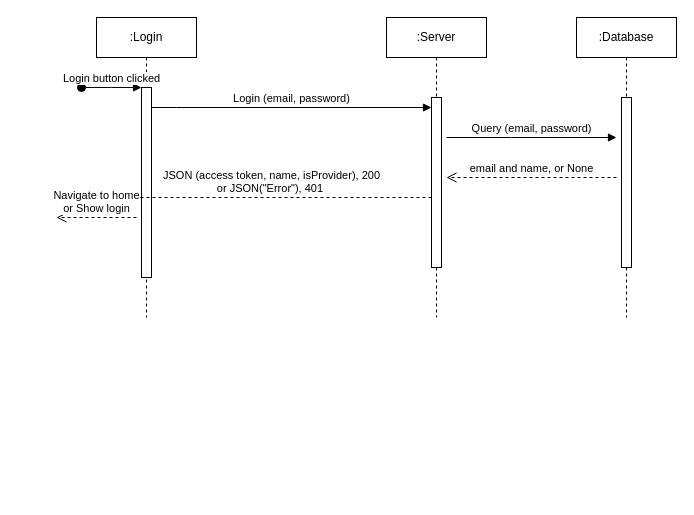
Above: ProfileDiagram.drawio in azukailonzo/azukailonzo (draw.io), before the change. Source tidied: cells renumbered, new cells numbered last; positions are measured from the earlier drawing's top-left corner, leaving out a move shared by most shapes. Both pictures are drawn from the tidied source at 100%, with x=0, y=0 at pixel (56, 17).
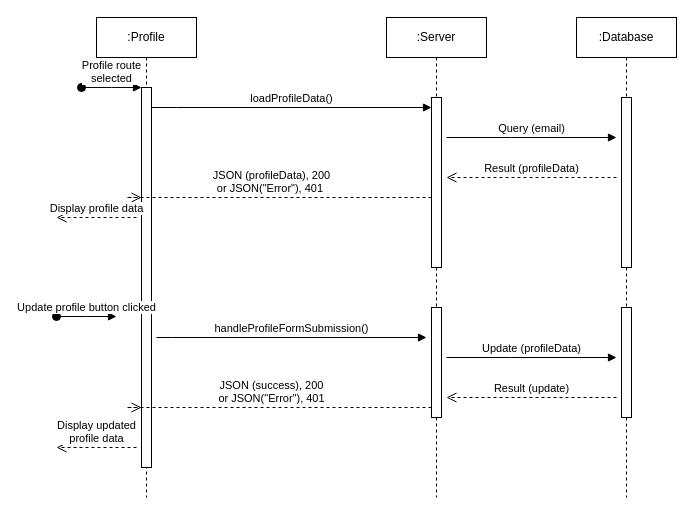
Above is the later version.

Unchanged cells that the change refers to:
```xml
<mxCell id="6" style="html=1;points=[];perimeter=orthogonalPerimeter;outlineConnect=0;targetShapes=umlLifeline;portConstraint=eastwest;newEdgeStyle={&quot;edgeStyle&quot;:&quot;elbowEdgeStyle&quot;,&quot;elbow&quot;:&quot;vertical&quot;,&quot;curved&quot;:0,&quot;rounded&quot;:0};" parent="5" vertex="1">
  <mxGeometry x="45" y="80" width="10" height="170" as="geometry" />
</mxCell>
```

Diff of the diagram source:
```diff
@@
-    <mxCell id="2" value=":Login" style="shape=umlLifeline;perimeter=lifelinePerimeter;whiteSpace=wrap;html=1;newEdgeStyle={&quot;edgeStyle&quot;:&quot;elbowEdgeStyle&quot;,&quot;elbow&quot;:&quot;vertical&quot;,&quot;curved&quot;:0,&quot;rounded&quot;:0};" parent="1" vertex="1">
-      <mxGeometry x="40" width="100" height="300" as="geometry" />
+    <mxCell id="2" value=":Profile" style="shape=umlLifeline;perimeter=lifelinePerimeter;whiteSpace=wrap;html=1;newEdgeStyle={&quot;edgeStyle&quot;:&quot;elbowEdgeStyle&quot;,&quot;elbow&quot;:&quot;vertical&quot;,&quot;curved&quot;:0,&quot;rounded&quot;:0};" parent="1" vertex="1">
+      <mxGeometry x="40" width="100" height="480" as="geometry" />
     </mxCell>
     <mxCell id="3" style="html=1;points=[];perimeter=orthogonalPerimeter;outlineConnect=0;targetShapes=umlLifeline;portConstraint=eastwest;newEdgeStyle={&quot;edgeStyle&quot;:&quot;elbowEdgeStyle&quot;,&quot;elbow&quot;:&quot;vertical&quot;,&quot;curved&quot;:0,&quot;rounded&quot;:0};" parent="2" vertex="1">
-      <mxGeometry x="45" y="70" width="10" height="190" as="geometry" />
+      <mxGeometry x="45" y="70" width="10" height="380" as="geometry" />
     </mxCell>
-    <mxCell id="4" value="Login button clicked" style="html=1;verticalAlign=bottom;startArrow=oval;endArrow=block;startSize=8;edgeStyle=elbowEdgeStyle;elbow=vertical;curved=0;rounded=0;" parent="2" edge="1" target="3">
+    <mxCell id="4" value="Profile route &lt;br&gt;selected" style="html=1;verticalAlign=bottom;startArrow=oval;endArrow=block;startSize=8;edgeStyle=elbowEdgeStyle;elbow=vertical;curved=0;rounded=0;" parent="2" edge="1" target="3">
       <mxGeometry relative="1" as="geometry">
         <mxPoint x="-15" y="70" as="sourcePoint" />
       </mxGeometry>
     </mxCell>
     <mxCell id="5" value=":Server" style="shape=umlLifeline;perimeter=lifelinePerimeter;whiteSpace=wrap;html=1;newEdgeStyle={&quot;edgeStyle&quot;:&quot;elbowEdgeStyle&quot;,&quot;elbow&quot;:&quot;vertical&quot;,&quot;curved&quot;:0,&quot;rounded&quot;:0};" parent="1" vertex="1">
-      <mxGeometry x="330" width="100" height="300" as="geometry" />
+      <mxGeometry x="330" width="100" height="480" as="geometry" />
     </mxCell>
@@
+    <mxCell id="14" style="html=1;perimeter=orthogonalPerimeter;targetShapes=umlLifeline;newEdgeStyle={&quot;edgeStyle&quot;:&quot;elbowEdgeStyle&quot;,&quot;elbow&quot;:&quot;vertical&quot;,&quot;curved&quot;:0,&quot;rounded&quot;:0};" parent="5" vertex="1">
+      <mxGeometry x="45" y="290" width="10" height="110" as="geometry" />
+    </mxCell>
-    <mxCell id="7" value="Login (email, password)" style="html=1;verticalAlign=bottom;endArrow=block;edgeStyle=elbowEdgeStyle;elbow=vertical;curved=0;rounded=0;" parent="1" edge="1" source="3" target="6">
+    <mxCell id="7" value="loadProfileData()" style="html=1;verticalAlign=bottom;endArrow=block;edgeStyle=elbowEdgeStyle;elbow=vertical;curved=0;rounded=0;" parent="1" edge="1" source="3" target="6">
       <mxGeometry relative="1" as="geometry">
         <Array as="points">
           <mxPoint x="120" y="90" />
           <mxPoint x="60" y="120" />
           <mxPoint x="80" y="80" />
         </Array>
       </mxGeometry>
     </mxCell>
-    <mxCell id="8" value="JSON (access token, name, isProvider), 200 &lt;br&gt;or JSON(&quot;Error&quot;), 401&amp;nbsp;" style="html=1;verticalAlign=bottom;endArrow=open;dashed=1;endSize=8;edgeStyle=elbowEdgeStyle;elbow=vertical;curved=0;rounded=0;" parent="1" edge="1" source="6" target="3">
+    <mxCell id="8" value="JSON (profileData), 200 &lt;br&gt;or JSON(&quot;Error&quot;), 401&amp;nbsp;" style="html=1;verticalAlign=bottom;endArrow=open;dashed=1;endSize=8;edgeStyle=elbowEdgeStyle;elbow=vertical;curved=0;rounded=0;" parent="1" edge="1" source="6" target="3">
       <mxGeometry relative="1" as="geometry">
         <Array as="points">
           <mxPoint x="70" y="180" />
           <mxPoint x="90" y="240" />
         </Array>
       </mxGeometry>
     </mxCell>
     <mxCell id="9" value=":Database" style="shape=umlLifeline;perimeter=lifelinePerimeter;whiteSpace=wrap;html=1;newEdgeStyle={&quot;edgeStyle&quot;:&quot;elbowEdgeStyle&quot;,&quot;elbow&quot;:&quot;vertical&quot;,&quot;curved&quot;:0,&quot;rounded&quot;:0};" parent="1" vertex="1">
-      <mxGeometry x="520" width="100" height="300" as="geometry" />
+      <mxGeometry x="520" width="100" height="480" as="geometry" />
     </mxCell>
@@
+    <mxCell id="15" style="html=1;perimeter=orthogonalPerimeter;targetShapes=umlLifeline;newEdgeStyle={&quot;edgeStyle&quot;:&quot;elbowEdgeStyle&quot;,&quot;elbow&quot;:&quot;vertical&quot;,&quot;curved&quot;:0,&quot;rounded&quot;:0};" parent="9" vertex="1">
+      <mxGeometry x="45" y="290" width="10" height="110" as="geometry" />
+    </mxCell>
-    <mxCell id="11" value="Query (email, password)" style="html=1;verticalAlign=bottom;endArrow=block;edgeStyle=elbowEdgeStyle;elbow=vertical;curved=0;rounded=0;" parent="1" edge="1">
+    <mxCell id="11" value="Query (email)" style="html=1;verticalAlign=bottom;endArrow=block;edgeStyle=elbowEdgeStyle;elbow=vertical;curved=0;rounded=0;" parent="1" edge="1">
       <mxGeometry relative="1" as="geometry">
         <mxPoint x="390" y="120" as="sourcePoint" />
         <mxPoint x="560" y="120" as="targetPoint" />
         <Array as="points">
           <mxPoint x="455" y="120" />
           <mxPoint x="475" y="80" />
         </Array>
       </mxGeometry>
     </mxCell>
-    <mxCell id="12" value="email and name, or None" style="html=1;verticalAlign=bottom;endArrow=open;dashed=1;endSize=8;edgeStyle=elbowEdgeStyle;elbow=vertical;curved=0;rounded=0;" parent="1" edge="1">
+    <mxCell id="12" value="Result (profileData)" style="html=1;verticalAlign=bottom;endArrow=open;dashed=1;endSize=8;edgeStyle=elbowEdgeStyle;elbow=vertical;curved=0;rounded=0;" parent="1" edge="1">
       <mxGeometry relative="1" as="geometry">
         <mxPoint x="560" y="160" as="sourcePoint" />
         <mxPoint x="390" y="160" as="targetPoint" />
         <Array as="points">
           <mxPoint x="465" y="160" />
           <mxPoint x="485" y="220" />
         </Array>
       </mxGeometry>
     </mxCell>
-    <mxCell id="13" value="Navigate to home &lt;br&gt;or Show login" style="html=1;verticalAlign=bottom;endArrow=open;dashed=1;endSize=8;edgeStyle=elbowEdgeStyle;elbow=vertical;curved=0;rounded=0;" parent="1" edge="1">
+    <mxCell id="13" value="Display profile data" style="html=1;verticalAlign=bottom;endArrow=open;dashed=1;endSize=8;edgeStyle=elbowEdgeStyle;elbow=vertical;curved=0;rounded=0;" parent="1" edge="1">
       <mxGeometry relative="1" as="geometry">
         <mxPoint x="80" y="200" as="sourcePoint" />
         <mxPoint y="200" as="targetPoint" />
       </mxGeometry>
     </mxCell>
+    <mxCell id="16" value="Update profile button clicked" style="html=1;verticalAlign=bottom;startArrow=oval;endArrow=block;startSize=8;edgeStyle=elbowEdgeStyle;elbow=vertical;curved=0;rounded=0;" parent="1" edge="1">
+      <mxGeometry relative="1" as="geometry">
+        <mxPoint y="299" as="sourcePoint" />
+        <mxPoint x="60" y="299" as="targetPoint" />
+      </mxGeometry>
+    </mxCell>
+    <mxCell id="17" value="handleProfileFormSubmission()" style="html=1;verticalAlign=bottom;endArrow=block;edgeStyle=elbowEdgeStyle;elbow=vertical;curved=0;rounded=0;" parent="1" edge="1">
+      <mxGeometry relative="1" as="geometry">
+        <mxPoint x="100" y="320" as="sourcePoint" />
+        <mxPoint x="370" y="320" as="targetPoint" />
+        <Array as="points">
+          <mxPoint x="115" y="320" />
+          <mxPoint x="55" y="350" />
+          <mxPoint x="75" y="310" />
+        </Array>
+      </mxGeometry>
+    </mxCell>
+    <mxCell id="18" value="Update (profileData)" style="html=1;verticalAlign=bottom;endArrow=block;edgeStyle=elbowEdgeStyle;elbow=vertical;curved=0;rounded=0;" parent="1" edge="1">
+      <mxGeometry relative="1" as="geometry">
+        <mxPoint x="390" y="340" as="sourcePoint" />
+        <mxPoint x="560" y="340" as="targetPoint" />
+        <Array as="points">
+          <mxPoint x="455" y="340" />
+          <mxPoint x="475" y="300" />
+        </Array>
+      </mxGeometry>
+    </mxCell>
+    <mxCell id="19" value="Result (update)" style="html=1;verticalAlign=bottom;endArrow=open;dashed=1;endSize=8;edgeStyle=elbowEdgeStyle;elbow=vertical;curved=0;rounded=0;" parent="1" edge="1">
+      <mxGeometry relative="1" as="geometry">
+        <mxPoint x="560" y="380" as="sourcePoint" />
+        <mxPoint x="390" y="380" as="targetPoint" />
+        <Array as="points">
+          <mxPoint x="465" y="380" />
+          <mxPoint x="485" y="440" />
+        </Array>
+      </mxGeometry>
+    </mxCell>
+    <mxCell id="20" value="JSON (success), 200&lt;br&gt;or JSON(&quot;Error&quot;), 401" style="html=1;verticalAlign=bottom;endArrow=open;dashed=1;endSize=8;edgeStyle=elbowEdgeStyle;elbow=vertical;curved=0;rounded=0;" parent="1" edge="1">
+      <mxGeometry relative="1" as="geometry">
+        <mxPoint x="375" y="390" as="sourcePoint" />
+        <mxPoint x="85" y="390" as="targetPoint" />
+        <Array as="points">
+          <mxPoint x="70" y="390" />
+          <mxPoint x="90" y="450" />
+        </Array>
+      </mxGeometry>
+    </mxCell>
+    <mxCell id="21" value="Display updated &lt;br&gt;profile data" style="html=1;verticalAlign=bottom;endArrow=open;dashed=1;endSize=8;edgeStyle=elbowEdgeStyle;elbow=vertical;curved=0;rounded=0;" parent="1" edge="1">
+      <mxGeometry relative="1" as="geometry">
+        <mxPoint x="80" y="430" as="sourcePoint" />
+        <mxPoint y="430" as="targetPoint" />
+      </mxGeometry>
+    </mxCell>
```
